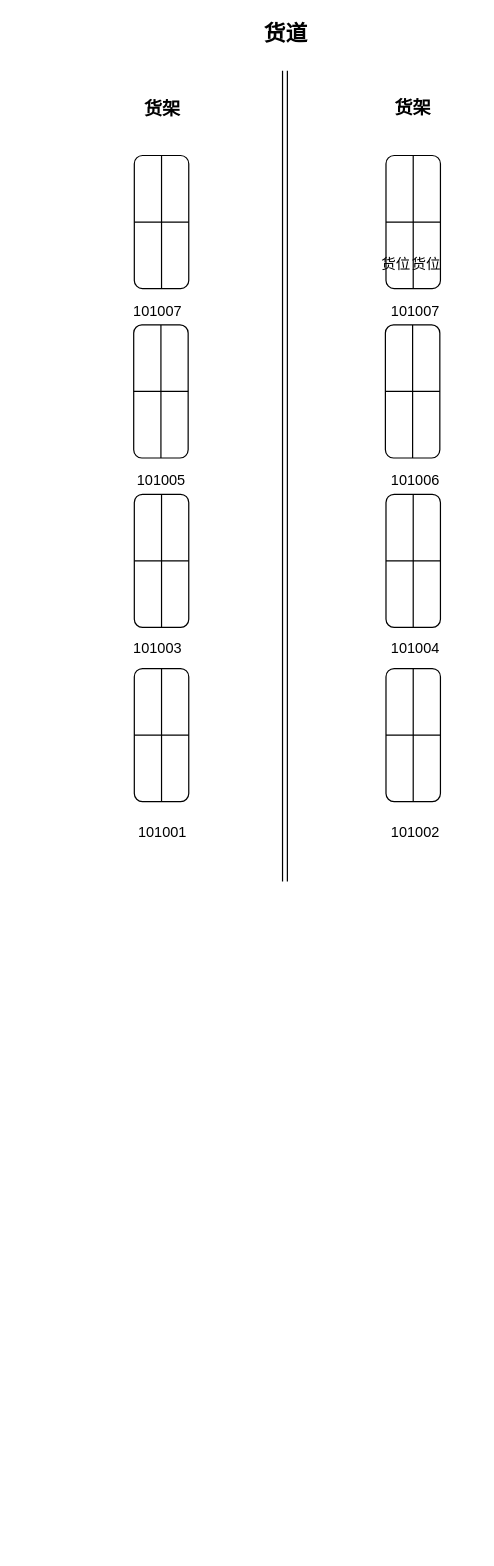
This is leetcode/xml/bin.drawio from mstao/data-structures, a draw.io file, before an edit. Source tidied: cells renumbered, new cells numbered last; positions are measured from the earlier drawing's top-left corner, leaving out a move shared by most shapes. Both pictures are drawn from the tidied source at 121%, with x=0, y=0 at pixel (110, 22).
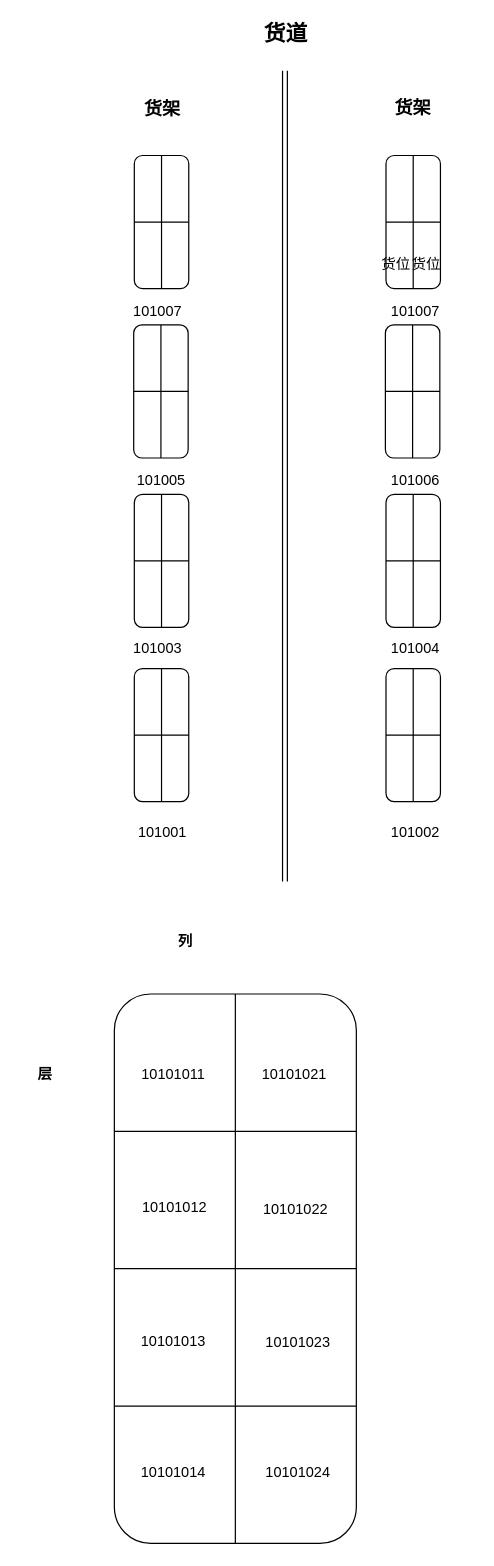
The same page after the edit.

What changed in the source:
```diff
@@
+    <mxCell id="40" style="rounded=1;whiteSpace=wrap;html=1;rotation=90;" parent="1" vertex="1">
+      <mxGeometry x="-124" y="930" width="454" height="200" as="geometry" />
+    </mxCell>
+    <mxCell id="41" style="endArrow=none;html=1;exitX=1;exitY=0.5;exitDx=0;exitDy=0;entryX=0;entryY=0.5;entryDx=0;entryDy=0;" parent="1" edge="1" source="40" target="40">
+      <mxGeometry relative="1" as="geometry" />
+    </mxCell>
+    <mxCell id="42" style="endArrow=none;html=1;exitX=0.25;exitY=1;exitDx=0;exitDy=0;entryX=0.25;entryY=0;entryDx=0;entryDy=0;" parent="1" edge="1" source="40" target="40">
+      <mxGeometry relative="1" as="geometry" />
+    </mxCell>
+    <mxCell id="43" style="endArrow=none;html=1;exitX=0.5;exitY=1;exitDx=0;exitDy=0;entryX=0.5;entryY=0;entryDx=0;entryDy=0;" parent="1" edge="1" source="40" target="40">
+      <mxGeometry relative="1" as="geometry" />
+    </mxCell>
+    <mxCell id="44" style="endArrow=none;html=1;exitX=0.75;exitY=1;exitDx=0;exitDy=0;entryX=0.75;entryY=0;entryDx=0;entryDy=0;" parent="1" edge="1" source="40" target="40">
+      <mxGeometry relative="1" as="geometry" />
+    </mxCell>
+    <mxCell id="45" value="10101021" style="text;html=1;strokeColor=none;fillColor=none;align=center;verticalAlign=middle;whiteSpace=wrap;rounded=0;" parent="1" vertex="1">
+      <mxGeometry x="125" y="860" width="54" height="20" as="geometry" />
+    </mxCell>
+    <mxCell id="46" value="10101022" style="text;html=1;strokeColor=none;fillColor=none;align=center;verticalAlign=middle;whiteSpace=wrap;rounded=0;" parent="1" vertex="1">
+      <mxGeometry x="133" y="971" width="40" height="20" as="geometry" />
+    </mxCell>
+    <mxCell id="47" value="10101023" style="text;html=1;strokeColor=none;fillColor=none;align=center;verticalAlign=middle;whiteSpace=wrap;rounded=0;" parent="1" vertex="1">
+      <mxGeometry x="135" y="1081" width="40" height="20" as="geometry" />
+    </mxCell>
+    <mxCell id="48" value="10101024" style="text;html=1;strokeColor=none;fillColor=none;align=center;verticalAlign=middle;whiteSpace=wrap;rounded=0;" parent="1" vertex="1">
+      <mxGeometry x="135" y="1189" width="40" height="20" as="geometry" />
+    </mxCell>
+    <mxCell id="49" value="10101011" style="text;html=1;strokeColor=none;fillColor=none;align=center;verticalAlign=middle;whiteSpace=wrap;rounded=0;" parent="1" vertex="1">
+      <mxGeometry x="32" y="860" width="40" height="20" as="geometry" />
+    </mxCell>
+    <mxCell id="50" value="10101012" style="text;html=1;strokeColor=none;fillColor=none;align=center;verticalAlign=middle;whiteSpace=wrap;rounded=0;" parent="1" vertex="1">
+      <mxGeometry x="33" y="970" width="40" height="20" as="geometry" />
+    </mxCell>
+    <mxCell id="51" value="10101013" style="text;html=1;strokeColor=none;fillColor=none;align=center;verticalAlign=middle;whiteSpace=wrap;rounded=0;" parent="1" vertex="1">
+      <mxGeometry x="32" y="1080" width="40" height="20" as="geometry" />
+    </mxCell>
+    <mxCell id="52" value="10101014" style="text;html=1;strokeColor=none;fillColor=none;align=center;verticalAlign=middle;whiteSpace=wrap;rounded=0;" parent="1" vertex="1">
+      <mxGeometry x="32" y="1189" width="40" height="20" as="geometry" />
+    </mxCell>
+    <mxCell id="53" value="层" style="text;html=1;strokeColor=none;fillColor=none;align=center;verticalAlign=middle;whiteSpace=wrap;rounded=0;fontStyle=1;" parent="1" vertex="1">
+      <mxGeometry x="-74" y="860" width="40" height="20" as="geometry" />
+    </mxCell>
+    <mxCell id="54" value="列" style="text;html=1;strokeColor=none;fillColor=none;align=center;verticalAlign=middle;whiteSpace=wrap;rounded=0;fontStyle=1;" parent="1" vertex="1">
+      <mxGeometry x="41.5" y="750" width="40" height="20" as="geometry" />
+    </mxCell>
```
